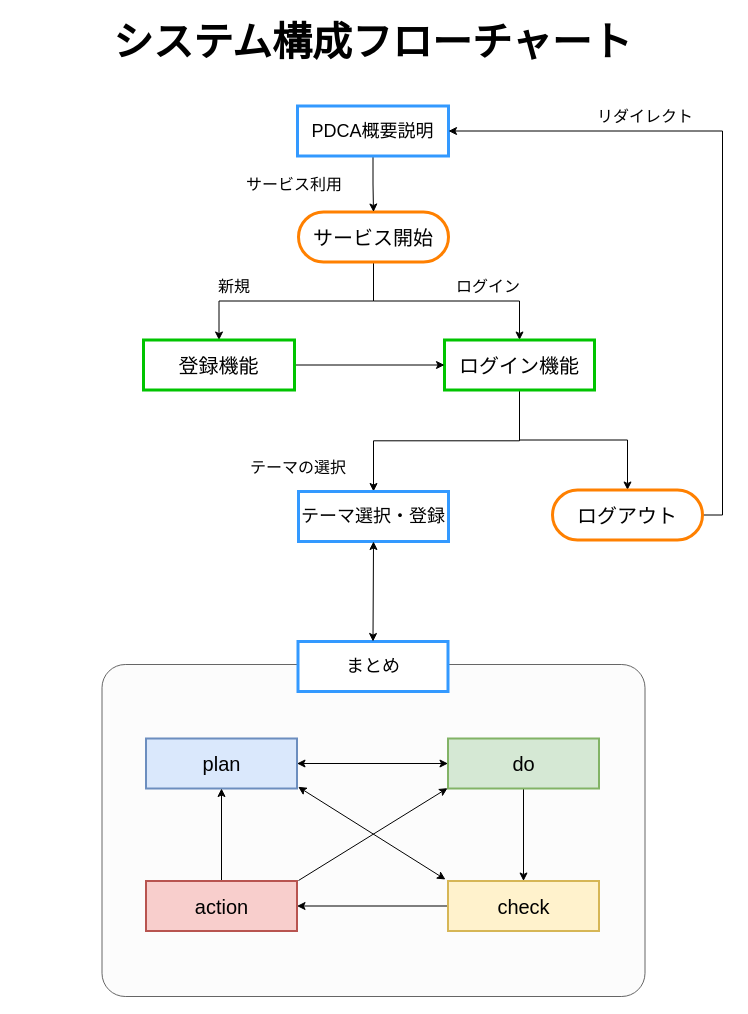
The draw.io diagram PDCA.drawio in kakeru-kaijo/TECH-BASE-internship, before the edit. Source tidied: cells renumbered, new cells numbered last; positions are measured from the earlier drawing's top-left corner, leaving out a move shared by most shapes. Both pictures are drawn from the tidied source at 100%, with x=0, y=0 at pixel (17, 30).
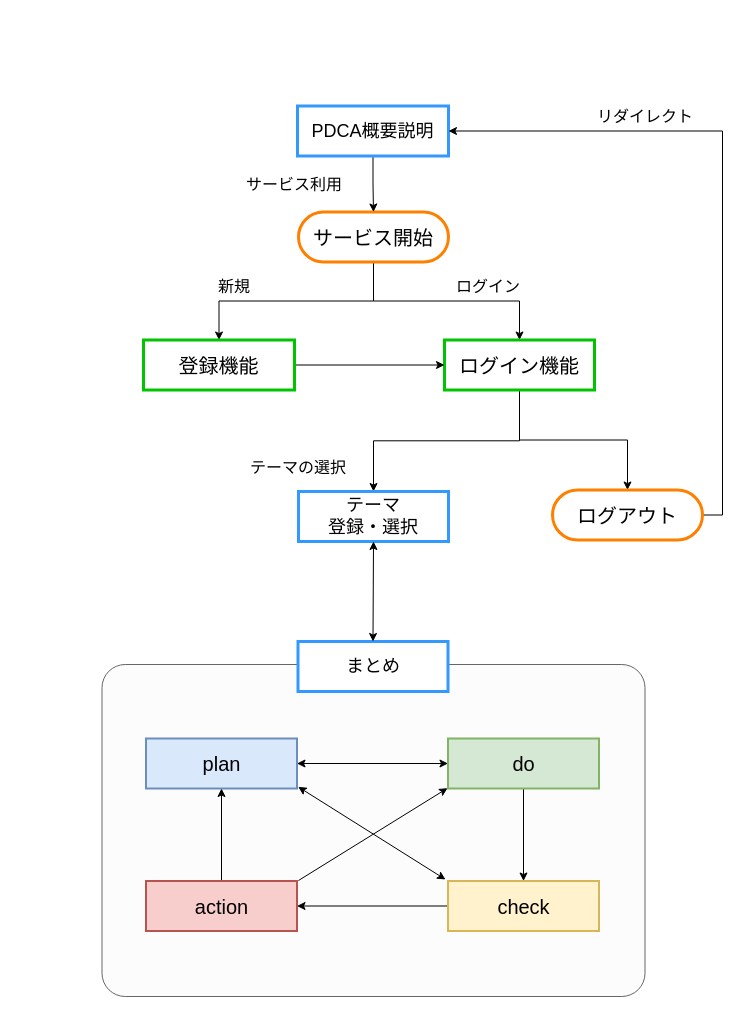
Above is the later version.

Diff of the diagram source:
```diff
@@
-    <mxCell id="3" value="&lt;font style=&quot;font-size: 40px&quot;&gt;&lt;b&gt;システム構成フローチャート&lt;/b&gt;&lt;/font&gt;" style="text;html=1;strokeColor=none;fillColor=none;align=center;verticalAlign=middle;whiteSpace=wrap;rounded=0;" parent="1" vertex="1">
-      <mxGeometry y="0.5" width="711" height="20" as="geometry" />
-    </mxCell>
@@
-    <mxCell id="23" value="&lt;span style=&quot;font-size: 18px&quot;&gt;テーマ選択・登録&lt;/span&gt;" style="rounded=0;whiteSpace=wrap;html=1;strokeWidth=3;strokeColor=#3399FF;" parent="1" vertex="1">
+    <mxCell id="23" value="&lt;span style=&quot;font-size: 18px&quot;&gt;テーマ&lt;br&gt;&lt;/span&gt;&lt;span style=&quot;font-size: 18px&quot;&gt;登録&lt;/span&gt;&lt;span style=&quot;font-size: 18px&quot;&gt;・&lt;/span&gt;&lt;span style=&quot;font-size: 18px&quot;&gt;選択&lt;/span&gt;" style="rounded=0;whiteSpace=wrap;html=1;strokeWidth=3;strokeColor=#3399FF;" parent="1" vertex="1">
       <mxGeometry x="281" y="461" width="150" height="50" as="geometry" />
     </mxCell>
```
